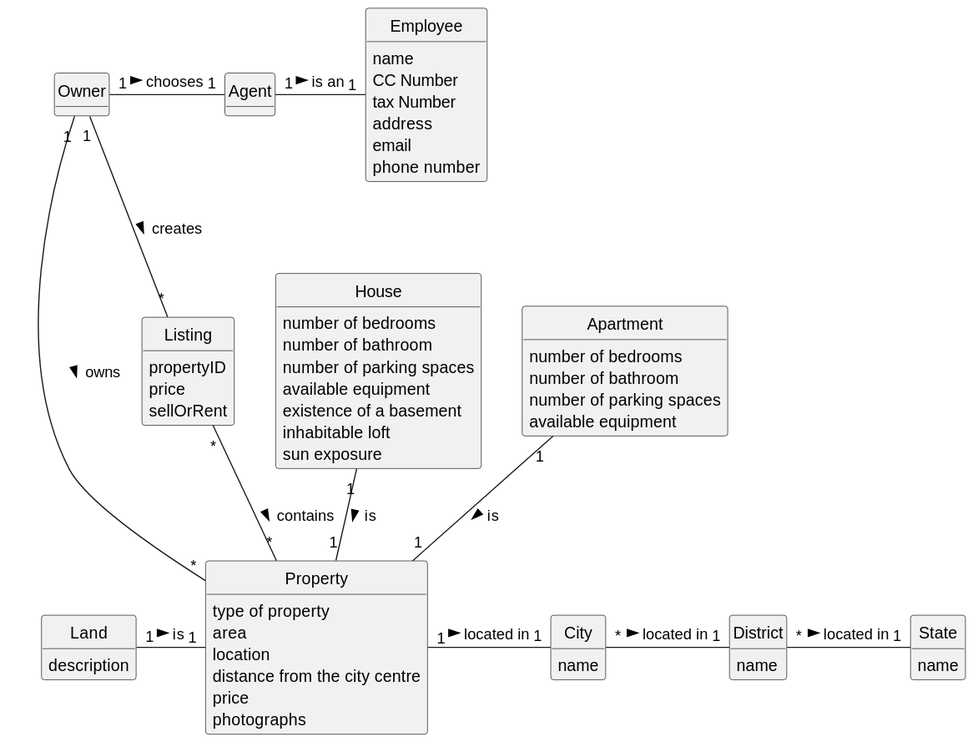
Earlier version of the PlantUML export docs/sprintB/US004/02.analysis/svg/US004-Domain-Model.svg (tiagohcorreia/LAPR2). The source it was exported from:
```plantuml
@startuml
skinparam monochrome true
skinparam packageStyle rectangle
skinparam shadowing false


skinparam classAttributeIconSize 0

hide circle
hide methods



class Owner {
}
class Agent{

}
class Employee{
    name
    CC Number
    tax Number
    address
    email
    phone number
}
class Listing{
    propertyID
    price
    sellOrRent

}
class Property {
     type of property
     area
     location
     distance from the city centre
     price
     photographs
}
class House {
     number of bedrooms
     number of bathroom
     number of parking spaces
     available equipment
     existence of a basement
     inhabitable loft
     sun exposure
}

class Apartment {
     number of bedrooms
     number of bathroom
     number of parking spaces
     available equipment
}
class Land {
     description
}

class City{
    name
}
class District{
    name
}
class State{
    name
}



Listing "*" -- "*" Property: contains >
Owner "1" -- "*" Listing: creates >
Owner "1" -- "*" Property: owns >
House "1" --"1" Property: is >
Apartment"1" -- "1" Property: is >
Land"1" - "1" Property: is >
Property "1" - "1" City: located in >
City "*" - "1" District: located in >
District "*" - "1" State: located in >
Owner "1" - "1" Agent: chooses >
Agent "1" - "1" Employee: is an >
@enduml
```
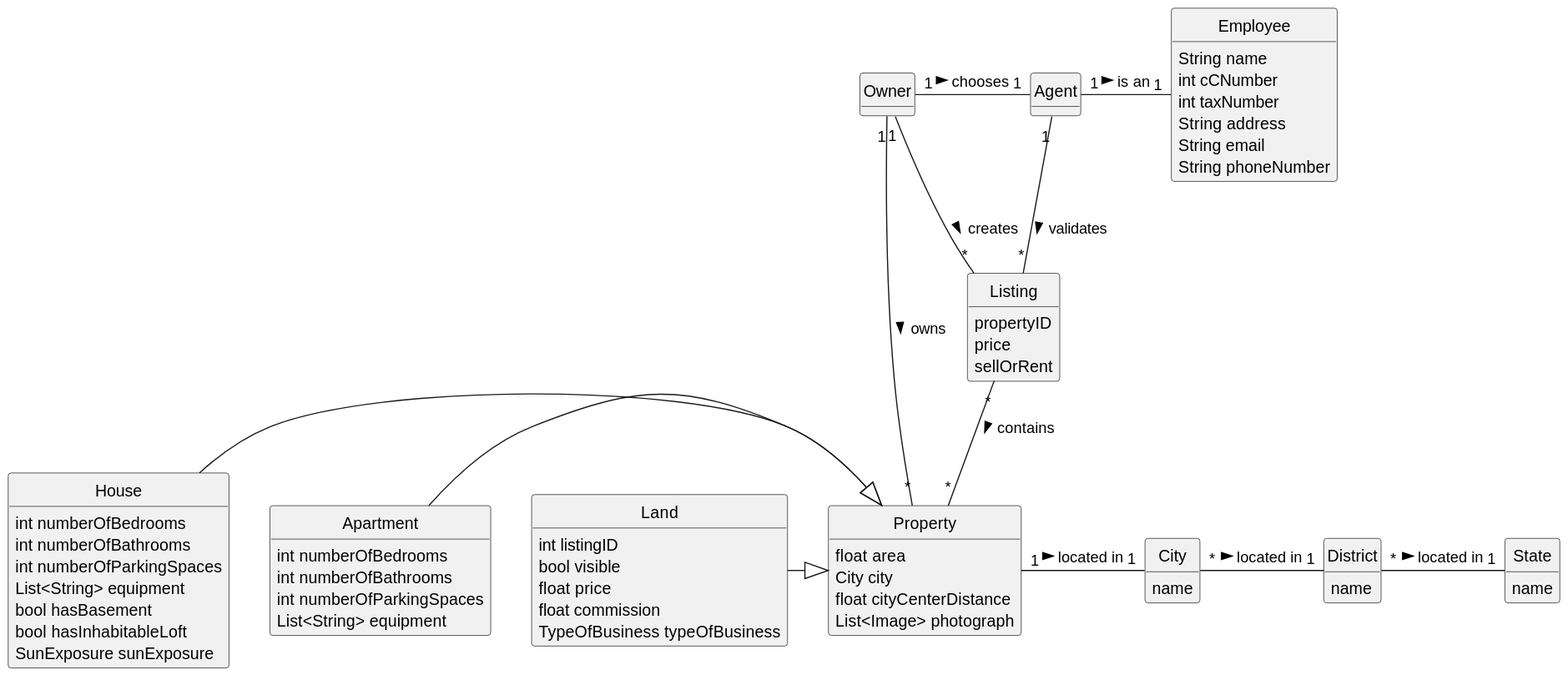
After the commit.

Commit message:
US04 - Domain Model and Analysis update

What changed in the source:
```diff
@@ -17,12 +17,12 @@
 
 }
 class Employee{
-    name
-    CC Number
-    tax Number
-    address
-    email
-    phone number
+    String name
+    int cCNumber
+    int taxNumber
+    String address
+    String email
+    String phoneNumber
 }
 class Listing{
     propertyID
@@ -31,31 +31,33 @@
 
 }
 class Property {
-     type of property
-     area
-     location
-     distance from the city centre
-     price
-     photographs
+    float area
+    City city
+    float cityCenterDistance
+    List<Image> photograph
 }
 class House {
-     number of bedrooms
-     number of bathroom
-     number of parking spaces
-     available equipment
-     existence of a basement
-     inhabitable loft
-     sun exposure
+     int numberOfBedrooms
+     int numberOfBathrooms
+     int numberOfParkingSpaces
+     List<String> equipment
+     bool hasBasement
+     bool hasInhabitableLoft
+     SunExposure sunExposure
 }
 
 class Apartment {
-     number of bedrooms
-     number of bathroom
-     number of parking spaces
-     available equipment
+     int numberOfBedrooms
+     int numberOfBathrooms
+     int numberOfParkingSpaces
+     List<String> equipment
 }
 class Land {
-     description
+    int listingID
+    bool visible
+    float price
+    float commission
+    TypeOfBusiness typeOfBusiness
 }
 
 class City{
@@ -73,12 +75,13 @@
 Listing "*" -- "*" Property: contains >
 Owner "1" -- "*" Listing: creates >
 Owner "1" -- "*" Property: owns >
-House "1" --"1" Property: is >
-Apartment"1" -- "1" Property: is >
-Land"1" - "1" Property: is >
+House -|> Property
+Apartment -|> Property
+Land -|> Property
 Property "1" - "1" City: located in >
 City "*" - "1" District: located in >
 District "*" - "1" State: located in >
 Owner "1" - "1" Agent: chooses >
 Agent "1" - "1" Employee: is an >
+Agent "1" - "*" Listing: validates >
 @enduml
```
